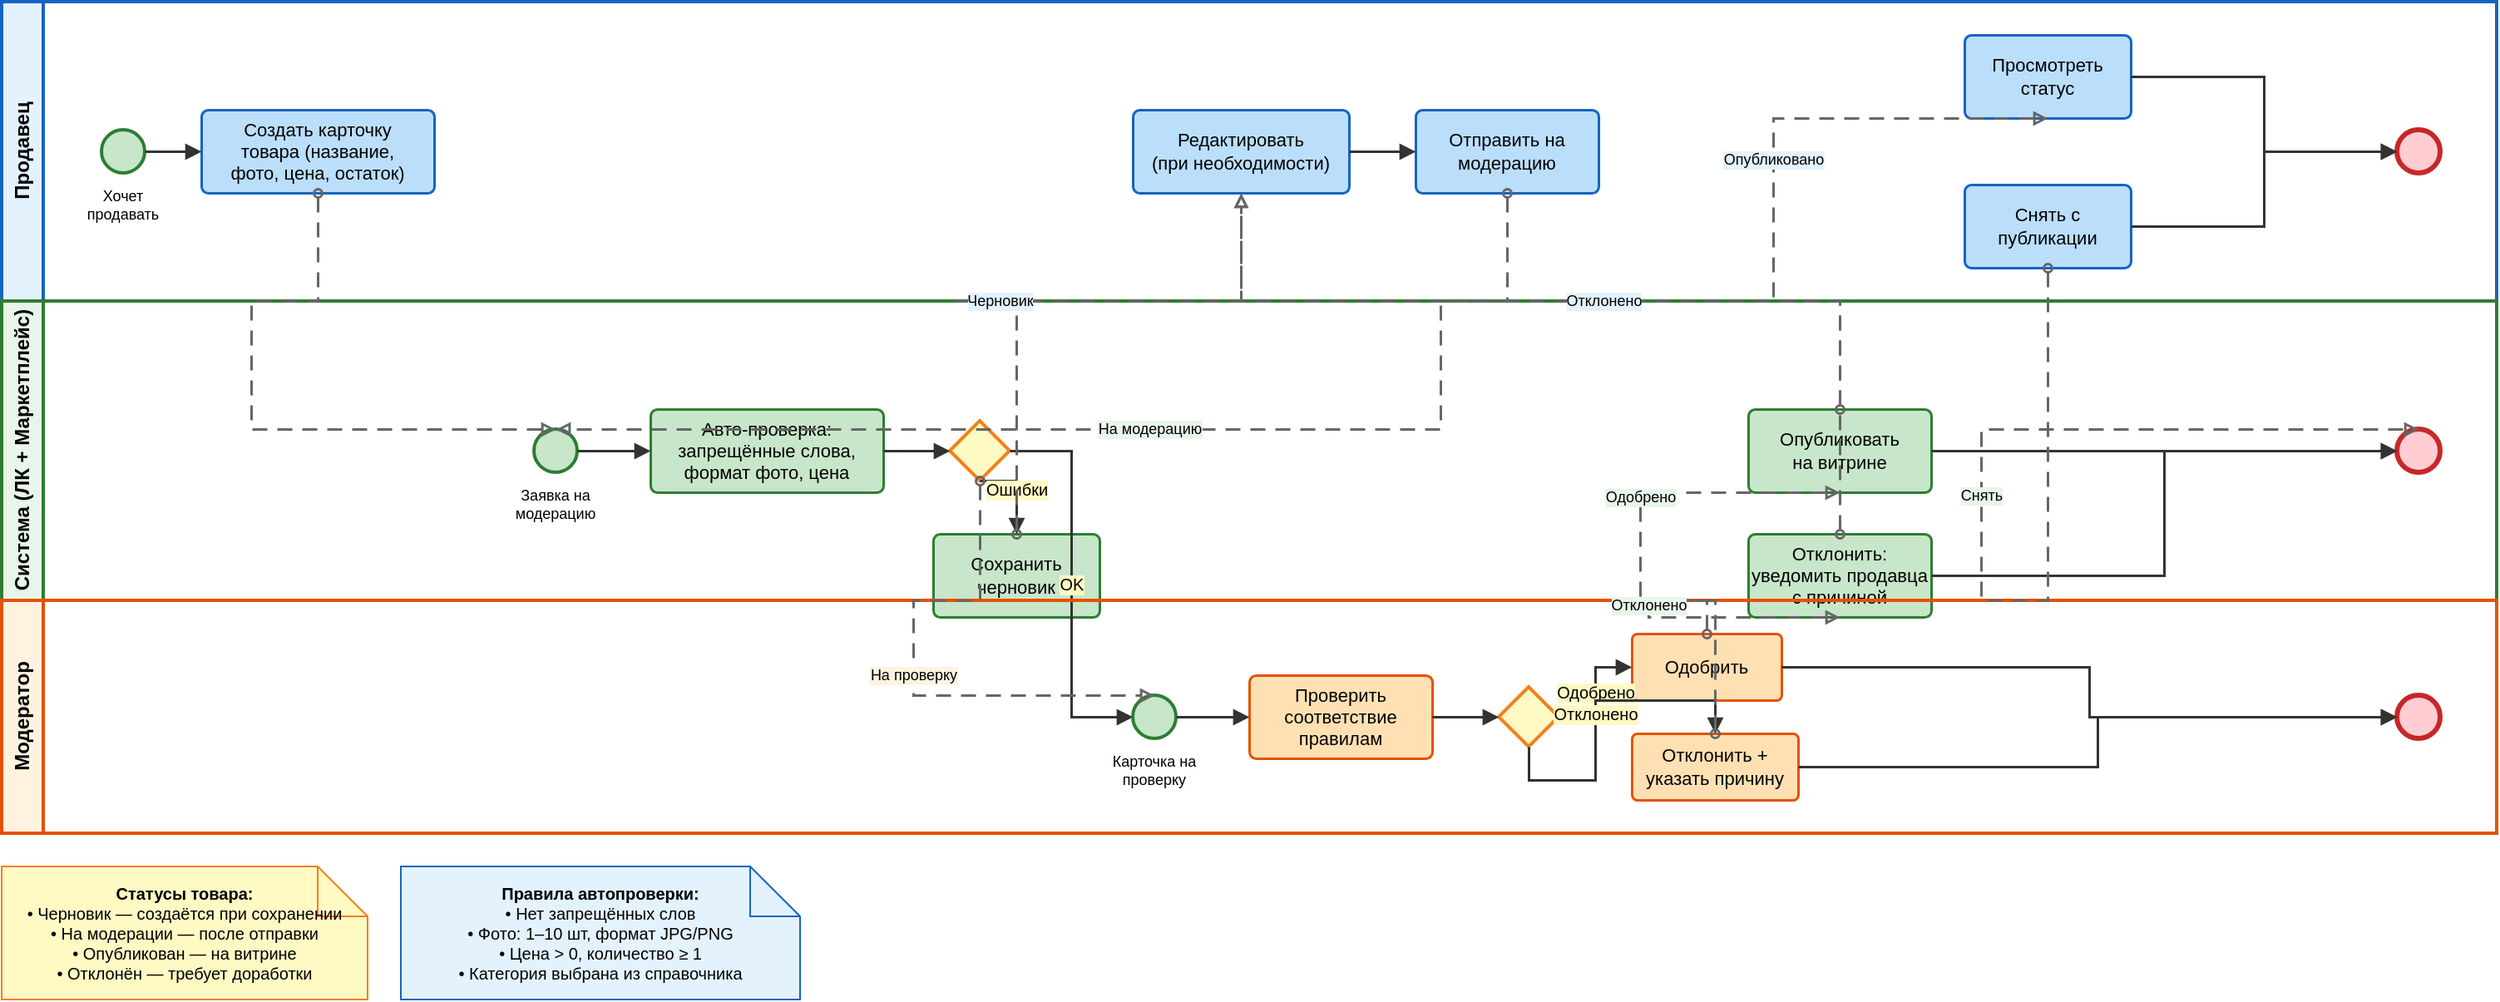
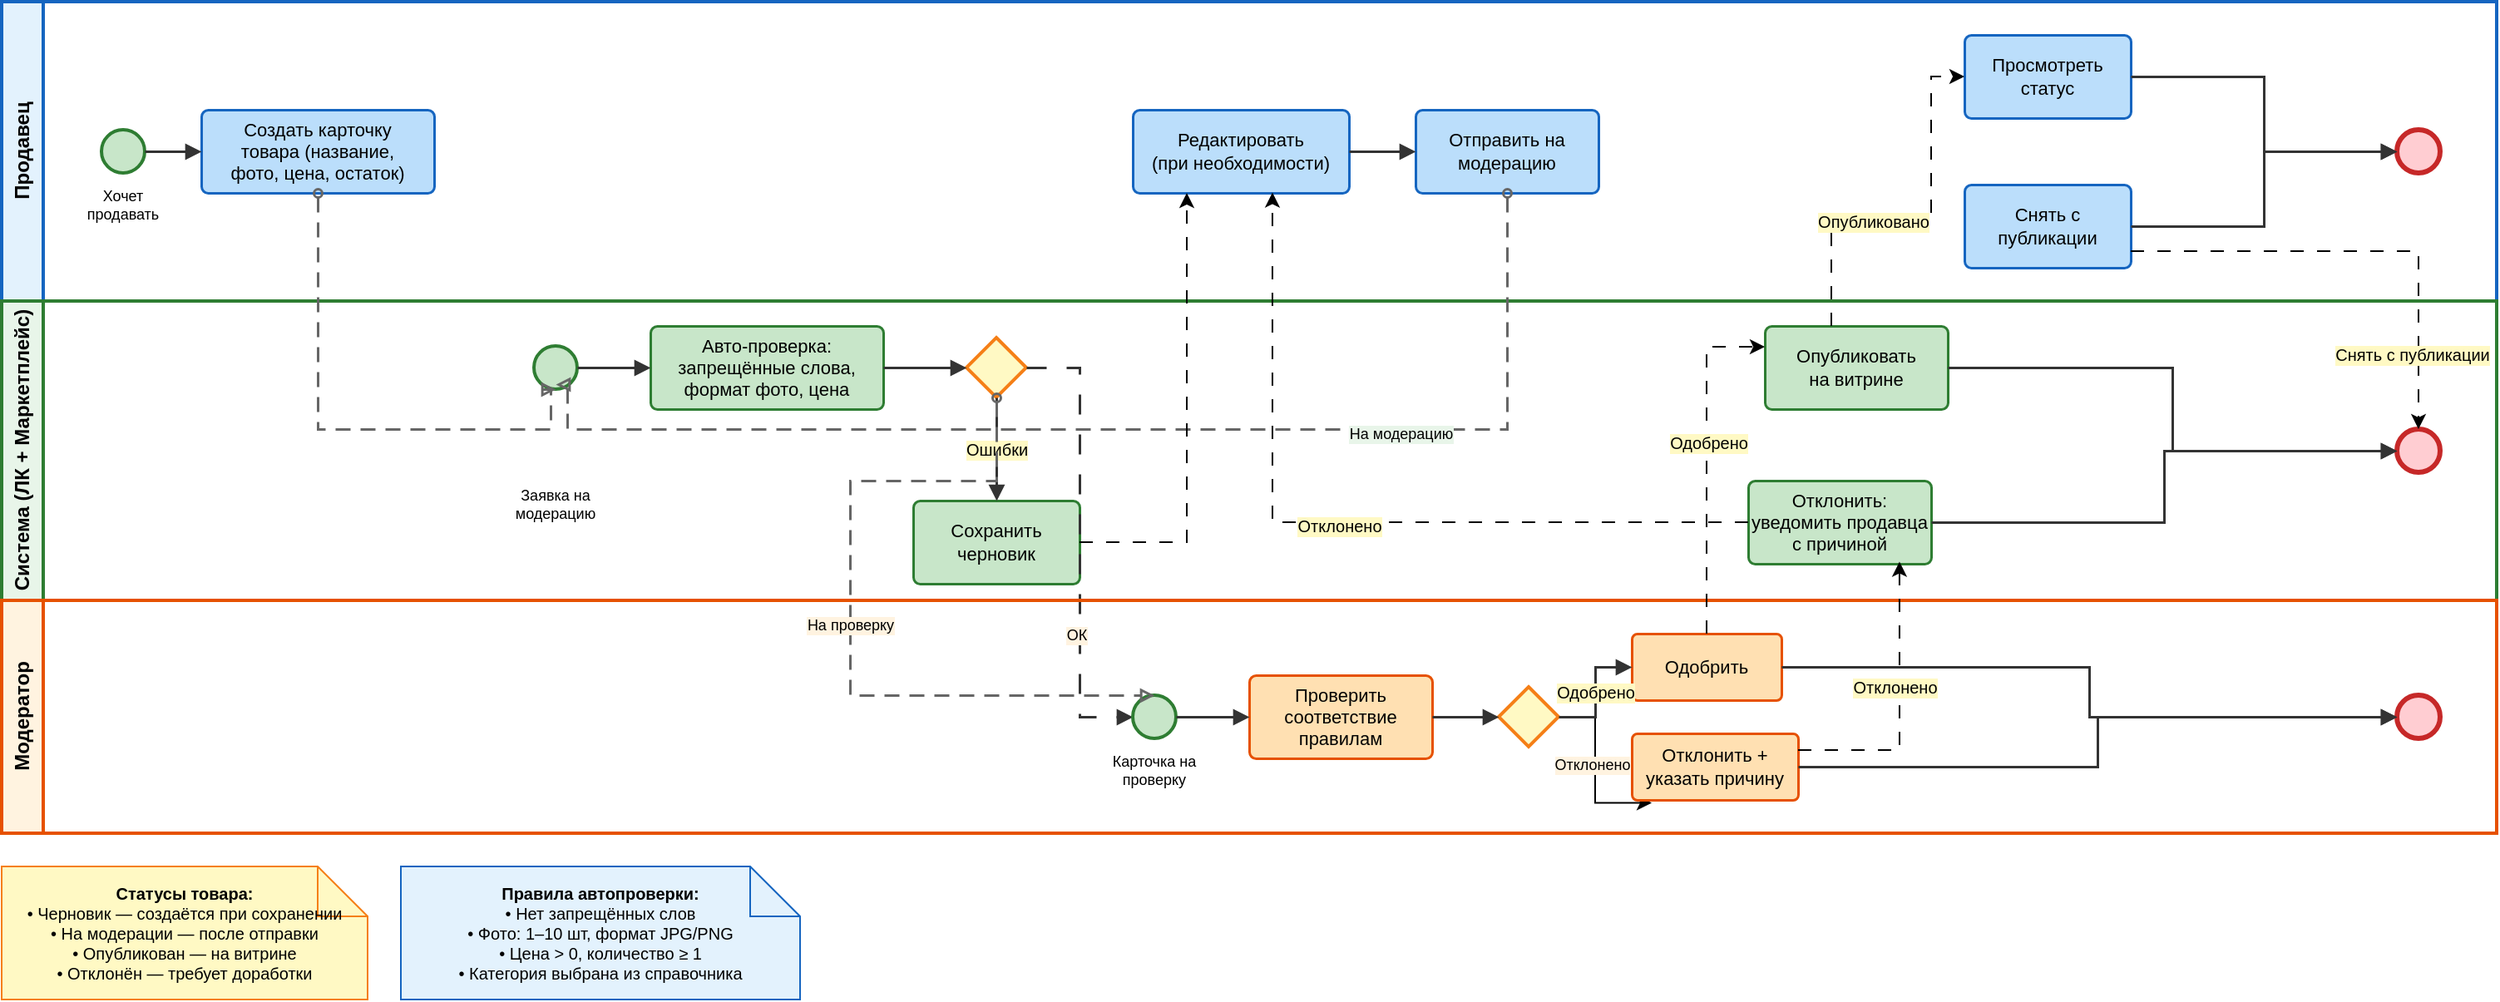
<mxfile host="app.diagrams.net" agent="Kimi">
  <diagram name="Публикация товара" id="product-publish-bpmn">
-     <mxGraphModel dx="1875" dy="711" grid="1" gridSize="10" guides="1" tooltips="1" connect="1" arrows="1" fold="1" page="1" pageScale="1" pageWidth="1700" pageHeight="900" math="0" shadow="0">
+     <mxGraphModel dx="1288" dy="711" grid="1" gridSize="10" guides="1" tooltips="1" connect="1" arrows="1" fold="1" page="1" pageScale="1" pageWidth="1700" pageHeight="900" math="0" shadow="0">
      <root>
        <mxCell id="0" />
        <mxCell id="1" parent="0" />
        <mxCell id="pool-seller" parent="1" style="swimlane;horizontal=0;startSize=25;swimlaneLine=1;collapsible=0;fontStyle=1;fillColor=#E3F2FD;strokeColor=#1565C0;strokeWidth=2;fontSize=12;whiteSpace=wrap;" value="Продавец" vertex="1">
          <mxGeometry height="180" width="1500" x="40" y="40" as="geometry" />
        </mxCell>
        <mxCell id="start-seller" parent="pool-seller" style="ellipse;whiteSpace=wrap;html=1;aspect=fixed;fillColor=#C8E6C9;strokeColor=#2E7D32;strokeWidth=2;" value="" vertex="1">
          <mxGeometry height="26" width="26" x="60" y="77" as="geometry" />
        </mxCell>
        <mxCell id="lbl-start-seller" parent="pool-seller" style="text;html=1;strokeColor=none;fillColor=none;align=center;verticalAlign=top;whiteSpace=wrap;rounded=0;fontSize=9;" value="Хочет&#xa;продавать" vertex="1">
          <mxGeometry height="28" width="60" x="43" y="105" as="geometry" />
        </mxCell>
        <mxCell id="task-create" parent="pool-seller" style="rounded=1;whiteSpace=wrap;html=1;arcSize=8;fillColor=#BBDEFB;strokeColor=#1565C0;strokeWidth=1.5;fontSize=11;" value="Создать карточку&#xa;товара (название,&#xa;фото, цена, остаток)" vertex="1">
          <mxGeometry height="50" width="140" x="120" y="65" as="geometry" />
        </mxCell>
        <mxCell id="task-edit" parent="pool-seller" style="rounded=1;whiteSpace=wrap;html=1;arcSize=8;fillColor=#BBDEFB;strokeColor=#1565C0;strokeWidth=1.5;fontSize=11;" value="Редактировать&#xa;(при необходимости)" vertex="1">
          <mxGeometry height="50" width="130" x="680" y="65" as="geometry" />
        </mxCell>
        <mxCell id="task-send" parent="pool-seller" style="rounded=1;whiteSpace=wrap;html=1;arcSize=8;fillColor=#BBDEFB;strokeColor=#1565C0;strokeWidth=1.5;fontSize=11;" value="Отправить на&#xa;модерацию" vertex="1">
          <mxGeometry height="50" width="110" x="850" y="65" as="geometry" />
        </mxCell>
        <mxCell id="task-view-status" parent="pool-seller" style="rounded=1;whiteSpace=wrap;html=1;arcSize=8;fillColor=#BBDEFB;strokeColor=#1565C0;strokeWidth=1.5;fontSize=11;" value="Просмотреть&#xa;статус" vertex="1">
          <mxGeometry height="50" width="100" x="1180" y="20" as="geometry" />
        </mxCell>
        <mxCell id="task-unpublish" parent="pool-seller" style="rounded=1;whiteSpace=wrap;html=1;arcSize=8;fillColor=#BBDEFB;strokeColor=#1565C0;strokeWidth=1.5;fontSize=11;" value="Снять с&#xa;публикации" vertex="1">
          <mxGeometry height="50" width="100" x="1180" y="110" as="geometry" />
        </mxCell>
        <mxCell id="end-seller" parent="pool-seller" style="ellipse;whiteSpace=wrap;html=1;aspect=fixed;fillColor=#FFCDD2;strokeColor=#C62828;strokeWidth=3;" value="" vertex="1">
          <mxGeometry height="26" width="26" x="1440" y="77" as="geometry" />
        </mxCell>
        <mxCell id="sf-s1" edge="1" parent="pool-seller" source="start-seller" style="edgeStyle=orthogonalEdgeStyle;rounded=0;orthogonalLoop=1;jettySize=auto;html=1;exitX=1;exitY=0.5;exitDx=0;exitDy=0;entryX=0;entryY=0.5;entryDx=0;entryDy=0;strokeColor=#333333;strokeWidth=1.5;endArrow=block;endFill=1;" target="task-create" value="">
          <mxGeometry relative="1" as="geometry" />
        </mxCell>
        <mxCell id="sf-s2" edge="1" parent="pool-seller" source="task-edit" style="edgeStyle=orthogonalEdgeStyle;rounded=0;orthogonalLoop=1;jettySize=auto;html=1;exitX=1;exitY=0.5;exitDx=0;exitDy=0;entryX=0;entryY=0.5;entryDx=0;entryDy=0;strokeColor=#333333;strokeWidth=1.5;endArrow=block;endFill=1;" target="task-send" value="">
          <mxGeometry relative="1" as="geometry" />
        </mxCell>
        <mxCell id="sf-s3" edge="1" parent="pool-seller" source="task-view-status" style="edgeStyle=orthogonalEdgeStyle;rounded=0;orthogonalLoop=1;jettySize=auto;html=1;exitX=1;exitY=0.5;exitDx=0;exitDy=0;entryX=0;entryY=0.5;entryDx=0;entryDy=0;strokeColor=#333333;strokeWidth=1.5;endArrow=block;endFill=1;" target="end-seller" value="">
          <mxGeometry relative="1" as="geometry" />
        </mxCell>
        <mxCell id="sf-s4" edge="1" parent="pool-seller" source="task-unpublish" style="edgeStyle=orthogonalEdgeStyle;rounded=0;orthogonalLoop=1;jettySize=auto;html=1;exitX=1;exitY=0.5;exitDx=0;exitDy=0;entryX=0;entryY=0.5;entryDx=0;entryDy=0;strokeColor=#333333;strokeWidth=1.5;endArrow=block;endFill=1;" target="end-seller" value="">
          <mxGeometry relative="1" as="geometry" />
        </mxCell>
        <mxCell id="pool-system" parent="1" style="swimlane;horizontal=0;startSize=25;swimlaneLine=1;collapsible=0;fontStyle=1;fillColor=#E8F5E9;strokeColor=#2E7D32;strokeWidth=2;fontSize=12;whiteSpace=wrap;" value="Система (ЛК + Маркетплейс)" vertex="1">
          <mxGeometry height="180" width="1500" x="40" y="220" as="geometry" />
        </mxCell>
        <mxCell id="start-system" parent="pool-system" style="ellipse;whiteSpace=wrap;html=1;aspect=fixed;fillColor=#C8E6C9;strokeColor=#2E7D32;strokeWidth=2;" value="" vertex="1">
-           <mxGeometry height="26" width="26" x="320" y="77" as="geometry" />
+           <mxGeometry height="26" width="26" x="320" y="27" as="geometry" />
        </mxCell>
        <mxCell id="lbl-start-system" parent="pool-system" style="text;html=1;strokeColor=none;fillColor=none;align=center;verticalAlign=top;whiteSpace=wrap;rounded=0;fontSize=9;" value="Заявка на&#xa;модерацию" vertex="1">
          <mxGeometry height="28" width="60" x="303" y="105" as="geometry" />
        </mxCell>
        <mxCell id="task-validate" parent="pool-system" style="rounded=1;whiteSpace=wrap;html=1;arcSize=8;fillColor=#C8E6C9;strokeColor=#2E7D32;strokeWidth=1.5;fontSize=11;" value="Авто-проверка:&#xa;запрещённые слова,&#xa;формат фото, цена" vertex="1">
-           <mxGeometry height="50" width="140" x="390" y="65" as="geometry" />
+           <mxGeometry height="50" width="140" x="390" y="15" as="geometry" />
        </mxCell>
        <mxCell id="gateway-auto" parent="pool-system" style="rhombus;whiteSpace=wrap;html=1;fillColor=#FFF9C4;strokeColor=#F57F17;strokeWidth=2;" value="" vertex="1">
-           <mxGeometry height="36" width="36" x="570" y="72" as="geometry" />
+           <mxGeometry height="36" width="36" x="580" y="22" as="geometry" />
        </mxCell>
        <mxCell id="task-save-draft" parent="pool-system" style="rounded=1;whiteSpace=wrap;html=1;arcSize=8;fillColor=#C8E6C9;strokeColor=#2E7D32;strokeWidth=1.5;fontSize=11;" value="Сохранить&#xa;черновик" vertex="1">
-           <mxGeometry height="50" width="100" x="560" y="140" as="geometry" />
+           <mxGeometry height="50" width="100" x="548" y="120" as="geometry" />
        </mxCell>
        <mxCell id="task-publish" parent="pool-system" style="rounded=1;whiteSpace=wrap;html=1;arcSize=8;fillColor=#C8E6C9;strokeColor=#2E7D32;strokeWidth=1.5;fontSize=11;" value="Опубликовать&#xa;на витрине" vertex="1">
-           <mxGeometry height="50" width="110" x="1050" y="65" as="geometry" />
+           <mxGeometry height="50" width="110" x="1060" y="15" as="geometry" />
        </mxCell>
        <mxCell id="task-reject-sys" parent="pool-system" style="rounded=1;whiteSpace=wrap;html=1;arcSize=8;fillColor=#C8E6C9;strokeColor=#2E7D32;strokeWidth=1.5;fontSize=11;" value="Отклонить:&#xa;уведомить продавца&#xa;с причиной" vertex="1">
-           <mxGeometry height="50" width="110" x="1050" y="140" as="geometry" />
+           <mxGeometry height="50" width="110" x="1050" y="108" as="geometry" />
        </mxCell>
        <mxCell id="end-system-ok" parent="pool-system" style="ellipse;whiteSpace=wrap;html=1;aspect=fixed;fillColor=#FFCDD2;strokeColor=#C62828;strokeWidth=3;" value="" vertex="1">
          <mxGeometry height="26" width="26" x="1440" y="77" as="geometry" />
        </mxCell>
        <mxCell id="sf-sys1" edge="1" parent="pool-system" source="start-system" style="edgeStyle=orthogonalEdgeStyle;rounded=0;orthogonalLoop=1;jettySize=auto;html=1;exitX=1;exitY=0.5;exitDx=0;exitDy=0;entryX=0;entryY=0.5;entryDx=0;entryDy=0;strokeColor=#333333;strokeWidth=1.5;endArrow=block;endFill=1;" target="task-validate" value="">
          <mxGeometry relative="1" as="geometry" />
        </mxCell>
        <mxCell id="sf-sys2" edge="1" parent="pool-system" source="task-validate" style="edgeStyle=orthogonalEdgeStyle;rounded=0;orthogonalLoop=1;jettySize=auto;html=1;exitX=1;exitY=0.5;exitDx=0;exitDy=0;entryX=0;entryY=0.5;entryDx=0;entryDy=0;strokeColor=#333333;strokeWidth=1.5;endArrow=block;endFill=1;" target="gateway-auto" value="">
          <mxGeometry relative="1" as="geometry" />
        </mxCell>
        <mxCell id="sf-sys3" edge="1" parent="pool-system" source="gateway-auto" style="edgeStyle=orthogonalEdgeStyle;rounded=0;orthogonalLoop=1;jettySize=auto;html=1;exitX=0.5;exitY=1;exitDx=0;exitDy=0;entryX=0.5;entryY=0;entryDx=0;entryDy=0;strokeColor=#333333;strokeWidth=1.5;endArrow=block;endFill=1;labelBackgroundColor=#FFF9C4;fontSize=10;" target="task-save-draft" value="Ошибки">
          <mxGeometry relative="1" as="geometry" />
        </mxCell>
-         <mxCell id="sf-sys4" edge="1" parent="pool-system" source="gateway-auto" style="edgeStyle=orthogonalEdgeStyle;rounded=0;orthogonalLoop=1;jettySize=auto;html=1;exitX=1;exitY=0.5;exitDx=0;exitDy=0;entryX=0;entryY=0.5;entryDx=0;entryDy=0;strokeColor=#333333;strokeWidth=1.5;endArrow=block;endFill=1;labelBackgroundColor=#FFF9C4;fontSize=10;" target="start-moderator" value="OK">
-           <mxGeometry relative="1" as="geometry" />
+         <mxCell id="sf-sys4" edge="1" parent="pool-system" source="gateway-auto" style="edgeStyle=orthogonalEdgeStyle;rounded=0;orthogonalLoop=1;jettySize=auto;html=1;exitX=1;exitY=0.5;exitDx=0;exitDy=0;entryX=0;entryY=0.5;entryDx=0;entryDy=0;strokeColor=#333333;strokeWidth=1.5;endArrow=block;endFill=1;labelBackgroundColor=#FFF9C4;fontSize=10;dashed=1;dashPattern=8 8;" target="start-moderator" value="">
+           <mxGeometry relative="1" as="geometry" />
+         </mxCell>
+         <mxCell id="LQupT064AYVrGXeOsNIc-1" connectable="0" parent="sf-sys4" style="edgeLabel;html=1;align=center;verticalAlign=middle;resizable=0;points=[];fontFamily=Helvetica;fontSize=9;fontColor=default;fontStyle=0;labelBackgroundColor=#FFF3E0;" value="ОК" vertex="1">
+           <mxGeometry relative="1" x="0.4081" y="-2" as="geometry">
+             <mxPoint as="offset" />
+           </mxGeometry>
        </mxCell>
        <mxCell id="sf-sys5" edge="1" parent="pool-system" source="task-publish" style="edgeStyle=orthogonalEdgeStyle;rounded=0;orthogonalLoop=1;jettySize=auto;html=1;exitX=1;exitY=0.5;exitDx=0;exitDy=0;entryX=0;entryY=0.5;entryDx=0;entryDy=0;strokeColor=#333333;strokeWidth=1.5;endArrow=block;endFill=1;" target="end-system-ok" value="">
          <mxGeometry relative="1" as="geometry" />
        </mxCell>
        <mxCell id="sf-sys6" edge="1" parent="pool-system" source="task-reject-sys" style="edgeStyle=orthogonalEdgeStyle;rounded=0;orthogonalLoop=1;jettySize=auto;html=1;exitX=1;exitY=0.5;exitDx=0;exitDy=0;entryX=0;entryY=0.5;entryDx=0;entryDy=0;strokeColor=#333333;strokeWidth=1.5;endArrow=block;endFill=1;" target="end-system-ok" value="">
          <mxGeometry relative="1" as="geometry" />
        </mxCell>
        <mxCell id="pool-moderator" parent="1" style="swimlane;horizontal=0;startSize=25;swimlaneLine=1;collapsible=0;fontStyle=1;fillColor=#FFF3E0;strokeColor=#E65100;strokeWidth=2;fontSize=12;whiteSpace=wrap;" value="Модератор" vertex="1">
          <mxGeometry height="140" width="1500" x="40" y="400" as="geometry" />
        </mxCell>
        <mxCell id="start-moderator" parent="pool-moderator" style="ellipse;whiteSpace=wrap;html=1;aspect=fixed;fillColor=#C8E6C9;strokeColor=#2E7D32;strokeWidth=2;" value="" vertex="1">
          <mxGeometry height="26" width="26" x="680" y="57" as="geometry" />
        </mxCell>
        <mxCell id="lbl-start-mod" parent="pool-moderator" style="text;html=1;strokeColor=none;fillColor=none;align=center;verticalAlign=top;whiteSpace=wrap;rounded=0;fontSize=9;" value="Карточка на&#xa;проверку" vertex="1">
          <mxGeometry height="28" width="60" x="663" y="85" as="geometry" />
        </mxCell>
        <mxCell id="task-check" parent="pool-moderator" style="rounded=1;whiteSpace=wrap;html=1;arcSize=8;fillColor=#FFE0B2;strokeColor=#E65100;strokeWidth=1.5;fontSize=11;" value="Проверить&#xa;соответствие&#xa;правилам" vertex="1">
          <mxGeometry height="50" width="110" x="750" y="45" as="geometry" />
        </mxCell>
+         <mxCell id="LQupT064AYVrGXeOsNIc-2" edge="1" parent="pool-moderator" source="gateway-mod" style="edgeStyle=orthogonalEdgeStyle;rounded=0;orthogonalLoop=1;jettySize=auto;html=1;entryX=0.12;entryY=1.044;entryDx=0;entryDy=0;entryPerimeter=0;" target="task-reject-mod">
+           <mxGeometry relative="1" as="geometry">
+             <mxPoint x="918" y="130" as="targetPoint" />
+           </mxGeometry>
+         </mxCell>
+         <mxCell id="LQupT064AYVrGXeOsNIc-4" connectable="0" parent="LQupT064AYVrGXeOsNIc-2" style="edgeLabel;html=1;align=center;verticalAlign=middle;resizable=0;points=[];fontFamily=Helvetica;fontSize=9;fontColor=default;fontStyle=0;labelBackgroundColor=#FFF3E0;" value="Отклонено" vertex="1">
+           <mxGeometry relative="1" x="-0.0534" y="-2" as="geometry">
+             <mxPoint as="offset" />
+           </mxGeometry>
+         </mxCell>
        <mxCell id="gateway-mod" parent="pool-moderator" style="rhombus;whiteSpace=wrap;html=1;fillColor=#FFF9C4;strokeColor=#F57F17;strokeWidth=2;" value="" vertex="1">
          <mxGeometry height="36" width="36" x="900" y="52" as="geometry" />
        </mxCell>
        <mxCell id="task-approve" parent="pool-moderator" style="rounded=1;whiteSpace=wrap;html=1;arcSize=8;fillColor=#FFE0B2;strokeColor=#E65100;strokeWidth=1.5;fontSize=11;" value="Одобрить" vertex="1">
          <mxGeometry height="40" width="90" x="980" y="20" as="geometry" />
        </mxCell>
        <mxCell id="task-reject-mod" parent="pool-moderator" style="rounded=1;whiteSpace=wrap;html=1;arcSize=8;fillColor=#FFE0B2;strokeColor=#E65100;strokeWidth=1.5;fontSize=11;" value="Отклонить +&#xa;указать причину" vertex="1">
          <mxGeometry height="40" width="100" x="980" y="80" as="geometry" />
        </mxCell>
        <mxCell id="end-mod" parent="pool-moderator" style="ellipse;whiteSpace=wrap;html=1;aspect=fixed;fillColor=#FFCDD2;strokeColor=#C62828;strokeWidth=3;" value="" vertex="1">
          <mxGeometry height="26" width="26" x="1440" y="57" as="geometry" />
        </mxCell>
        <mxCell id="sf-m1" edge="1" parent="pool-moderator" source="start-moderator" style="edgeStyle=orthogonalEdgeStyle;rounded=0;orthogonalLoop=1;jettySize=auto;html=1;exitX=1;exitY=0.5;exitDx=0;exitDy=0;entryX=0;entryY=0.5;entryDx=0;entryDy=0;strokeColor=#333333;strokeWidth=1.5;endArrow=block;endFill=1;" target="task-check" value="">
          <mxGeometry relative="1" as="geometry" />
        </mxCell>
        <mxCell id="sf-m2" edge="1" parent="pool-moderator" source="task-check" style="edgeStyle=orthogonalEdgeStyle;rounded=0;orthogonalLoop=1;jettySize=auto;html=1;exitX=1;exitY=0.5;exitDx=0;exitDy=0;entryX=0;entryY=0.5;entryDx=0;entryDy=0;strokeColor=#333333;strokeWidth=1.5;endArrow=block;endFill=1;" target="gateway-mod" value="">
          <mxGeometry relative="1" as="geometry" />
        </mxCell>
        <mxCell id="sf-m3" edge="1" parent="pool-moderator" source="gateway-mod" style="edgeStyle=orthogonalEdgeStyle;rounded=0;orthogonalLoop=1;jettySize=auto;html=1;exitX=1;exitY=0.5;exitDx=0;exitDy=0;entryX=0;entryY=0.5;entryDx=0;entryDy=0;strokeColor=#333333;strokeWidth=1.5;endArrow=block;endFill=1;labelBackgroundColor=#FFF9C4;fontSize=10;" target="task-approve" value="Одобрено">
-           <mxGeometry relative="1" as="geometry" />
-         </mxCell>
-         <mxCell id="sf-m4" edge="1" parent="pool-moderator" source="gateway-mod" style="edgeStyle=orthogonalEdgeStyle;rounded=0;orthogonalLoop=1;jettySize=auto;html=1;exitX=0.5;exitY=1;exitDx=0;exitDy=0;entryX=0.5;entryY=0;entryDx=0;entryDy=0;strokeColor=#333333;strokeWidth=1.5;endArrow=block;endFill=1;labelBackgroundColor=#FFF9C4;fontSize=10;" target="task-reject-mod" value="Отклонено">
-           <mxGeometry relative="1" as="geometry" />
+           <mxGeometry relative="1" x="0.0135" as="geometry">
+             <mxPoint as="offset" />
+           </mxGeometry>
        </mxCell>
        <mxCell id="sf-m5" edge="1" parent="pool-moderator" source="task-approve" style="edgeStyle=orthogonalEdgeStyle;rounded=0;orthogonalLoop=1;jettySize=auto;html=1;exitX=1;exitY=0.5;exitDx=0;exitDy=0;entryX=0;entryY=0.5;entryDx=0;entryDy=0;strokeColor=#333333;strokeWidth=1.5;endArrow=block;endFill=1;" target="end-mod" value="">
          <mxGeometry relative="1" as="geometry" />
        </mxCell>
        <mxCell id="sf-m6" edge="1" parent="pool-moderator" source="task-reject-mod" style="edgeStyle=orthogonalEdgeStyle;rounded=0;orthogonalLoop=1;jettySize=auto;html=1;exitX=1;exitY=0.5;exitDx=0;exitDy=0;entryX=0;entryY=0.5;entryDx=0;entryDy=0;strokeColor=#333333;strokeWidth=1.5;endArrow=block;endFill=1;" target="end-mod" value="">
          <mxGeometry relative="1" as="geometry" />
        </mxCell>
-         <mxCell id="mf1" edge="1" parent="1" source="task-create" style="edgeStyle=orthogonalEdgeStyle;rounded=0;orthogonalLoop=1;jettySize=auto;html=1;exitX=0.5;exitY=1;exitDx=0;exitDy=0;entryX=0.5;entryY=0;entryDx=0;entryDy=0;strokeColor=#666666;strokeWidth=1.5;dashed=1;dashPattern=6 4;startArrow=oval;startFill=0;startSize=5;endArrow=block;endFill=0;endSize=5;" target="start-system" value="">
-           <mxGeometry relative="1" as="geometry">
-             <Array as="points">
-               <mxPoint x="190" y="220" />
-             </Array>
-           </mxGeometry>
-         </mxCell>
-         <mxCell id="mf2" edge="1" parent="1" source="task-save-draft" style="edgeStyle=orthogonalEdgeStyle;rounded=0;orthogonalLoop=1;jettySize=auto;html=1;exitX=0.5;exitY=0;exitDx=0;exitDy=0;entryX=0.5;entryY=1;entryDx=0;entryDy=0;strokeColor=#666666;strokeWidth=1.5;dashed=1;dashPattern=6 4;startArrow=oval;startFill=0;startSize=5;endArrow=block;endFill=0;endSize=5;fontSize=9;labelBackgroundColor=#E3F2FD;" target="task-edit" value="Черновик">
-           <mxGeometry relative="1" as="geometry">
-             <Array as="points">
-               <mxPoint x="610" y="220" />
-               <mxPoint x="745" y="220" />
-             </Array>
-           </mxGeometry>
-         </mxCell>
-         <mxCell id="mf3" edge="1" parent="1" source="task-send" style="edgeStyle=orthogonalEdgeStyle;rounded=0;orthogonalLoop=1;jettySize=auto;html=1;exitX=0.5;exitY=1;exitDx=0;exitDy=0;entryX=0.5;entryY=0;entryDx=0;entryDy=0;strokeColor=#666666;strokeWidth=1.5;dashed=1;dashPattern=6 4;startArrow=oval;startFill=0;startSize=5;endArrow=block;endFill=0;endSize=5;fontSize=9;labelBackgroundColor=#E8F5E9;" target="start-system" value="На модерацию">
-           <mxGeometry relative="1" as="geometry">
-             <Array as="points">
-               <mxPoint x="905" y="220" />
-             </Array>
+         <mxCell id="mf1" edge="1" parent="1" source="task-create" style="edgeStyle=orthogonalEdgeStyle;rounded=0;orthogonalLoop=1;jettySize=auto;html=1;exitX=0.5;exitY=1;exitDx=0;exitDy=0;entryX=0.5;entryY=1;entryDx=0;entryDy=0;strokeColor=#666666;strokeWidth=1.5;dashed=1;dashPattern=6 4;startArrow=oval;startFill=0;startSize=5;endArrow=block;endFill=0;endSize=5;" target="start-system" value="">
+           <mxGeometry relative="1" as="geometry">
+             <Array as="points">
+               <mxPoint x="230" y="297" />
+               <mxPoint x="370" y="297" />
+               <mxPoint x="370" y="273" />
+             </Array>
+           </mxGeometry>
+         </mxCell>
+         <mxCell id="mf3" edge="1" parent="1" source="task-send" style="edgeStyle=orthogonalEdgeStyle;rounded=0;orthogonalLoop=1;jettySize=auto;html=1;exitX=0.5;exitY=1;exitDx=0;exitDy=0;strokeColor=#666666;strokeWidth=1.5;dashed=1;dashPattern=6 4;startArrow=oval;startFill=0;startSize=5;endArrow=block;endFill=0;endSize=5;fontSize=9;labelBackgroundColor=#E8F5E9;" value="На модерацию">
+           <mxGeometry relative="1" x="-0.4413" y="3" as="geometry">
+             <mxPoint x="1" as="offset" />
+             <Array as="points">
+               <mxPoint x="945" y="297" />
+               <mxPoint x="380" y="297" />
+               <mxPoint x="380" y="270" />
+             </Array>
+             <mxPoint x="373" y="270" as="targetPoint" />
          </mxGeometry>
        </mxCell>
        <mxCell id="mf4" edge="1" parent="1" source="gateway-auto" style="edgeStyle=orthogonalEdgeStyle;rounded=0;orthogonalLoop=1;jettySize=auto;html=1;exitX=0.5;exitY=1;exitDx=0;exitDy=0;entryX=0.5;entryY=0;entryDx=0;entryDy=0;strokeColor=#666666;strokeWidth=1.5;dashed=1;dashPattern=6 4;startArrow=oval;startFill=0;startSize=5;endArrow=block;endFill=0;endSize=5;fontSize=9;labelBackgroundColor=#FFF3E0;" target="start-moderator" value="На проверку">
          <mxGeometry relative="1" as="geometry">
            <Array as="points">
-               <mxPoint x="588" y="400" />
-             </Array>
-           </mxGeometry>
-         </mxCell>
-         <mxCell id="mf5" edge="1" parent="1" source="task-approve" style="edgeStyle=orthogonalEdgeStyle;rounded=0;orthogonalLoop=1;jettySize=auto;html=1;exitX=0.5;exitY=0;exitDx=0;exitDy=0;entryX=0.5;entryY=1;entryDx=0;entryDy=0;strokeColor=#666666;strokeWidth=1.5;dashed=1;dashPattern=6 4;startArrow=oval;startFill=0;startSize=5;endArrow=block;endFill=0;endSize=5;fontSize=9;labelBackgroundColor=#E8F5E9;" target="task-publish" value="Одобрено">
-           <mxGeometry relative="1" as="geometry">
-             <Array as="points">
-               <mxPoint x="1025" y="400" />
-             </Array>
-           </mxGeometry>
-         </mxCell>
-         <mxCell id="mf6" edge="1" parent="1" source="task-reject-mod" style="edgeStyle=orthogonalEdgeStyle;rounded=0;orthogonalLoop=1;jettySize=auto;html=1;exitX=0.5;exitY=0;exitDx=0;exitDy=0;entryX=0.5;entryY=1;entryDx=0;entryDy=0;strokeColor=#666666;strokeWidth=1.5;dashed=1;dashPattern=6 4;startArrow=oval;startFill=0;startSize=5;endArrow=block;endFill=0;endSize=5;fontSize=9;labelBackgroundColor=#E8F5E9;" target="task-reject-sys" value="Отклонено">
-           <mxGeometry relative="1" as="geometry">
-             <Array as="points">
-               <mxPoint x="1030" y="400" />
-             </Array>
-           </mxGeometry>
-         </mxCell>
-         <mxCell id="mf7" edge="1" parent="1" source="task-publish" style="edgeStyle=orthogonalEdgeStyle;rounded=0;orthogonalLoop=1;jettySize=auto;html=1;exitX=0.5;exitY=0;exitDx=0;exitDy=0;entryX=0.5;entryY=1;entryDx=0;entryDy=0;strokeColor=#666666;strokeWidth=1.5;dashed=1;dashPattern=6 4;startArrow=oval;startFill=0;startSize=5;endArrow=block;endFill=0;endSize=5;fontSize=9;labelBackgroundColor=#E3F2FD;" target="task-view-status" value="Опубликовано">
-           <mxGeometry relative="1" as="geometry">
-             <Array as="points">
-               <mxPoint x="1105" y="220" />
-             </Array>
-           </mxGeometry>
-         </mxCell>
-         <mxCell id="mf8" edge="1" parent="1" source="task-reject-sys" style="edgeStyle=orthogonalEdgeStyle;rounded=0;orthogonalLoop=1;jettySize=auto;html=1;exitX=0.5;exitY=0;exitDx=0;exitDy=0;entryX=0.5;entryY=1;entryDx=0;entryDy=0;strokeColor=#666666;strokeWidth=1.5;dashed=1;dashPattern=6 4;startArrow=oval;startFill=0;startSize=5;endArrow=block;endFill=0;endSize=5;fontSize=9;labelBackgroundColor=#E3F2FD;" target="task-edit" value="Отклонено">
-           <mxGeometry relative="1" as="geometry">
-             <Array as="points">
-               <mxPoint x="1105" y="220" />
-               <mxPoint x="745" y="220" />
-             </Array>
-           </mxGeometry>
-         </mxCell>
-         <mxCell id="mf9" edge="1" parent="1" source="task-unpublish" style="edgeStyle=orthogonalEdgeStyle;rounded=0;orthogonalLoop=1;jettySize=auto;html=1;exitX=0.5;exitY=1;exitDx=0;exitDy=0;entryX=0.5;entryY=0;entryDx=0;entryDy=0;strokeColor=#666666;strokeWidth=1.5;dashed=1;dashPattern=6 4;startArrow=oval;startFill=0;startSize=5;endArrow=block;endFill=0;endSize=5;fontSize=9;labelBackgroundColor=#E8F5E9;" target="end-system-ok" value="Снять">
-           <mxGeometry relative="1" as="geometry">
-             <Array as="points">
-               <mxPoint x="1230" y="400" />
+               <mxPoint x="638" y="328" />
+               <mxPoint x="550" y="328" />
+               <mxPoint x="550" y="457" />
            </Array>
          </mxGeometry>
        </mxCell>
        <mxCell id="note1" parent="1" style="shape=note;whiteSpace=wrap;html=1;backgroundOutline=1;fillColor=#FFF9C4;strokeColor=#F57F17;fontSize=10;" value="&lt;b&gt;Статусы товара:&lt;/b&gt;&lt;br&gt;• Черновик — создаётся при сохранении&lt;br&gt;• На модерации — после отправки&lt;br&gt;• Опубликован — на витрине&lt;br&gt;• Отклонён — требует доработки" vertex="1">
          <mxGeometry height="80" width="220" x="40" y="560" as="geometry" />
        </mxCell>
        <mxCell id="note2" parent="1" style="shape=note;whiteSpace=wrap;html=1;backgroundOutline=1;fillColor=#E3F2FD;strokeColor=#1565C0;fontSize=10;" value="&lt;b&gt;Правила автопроверки:&lt;/b&gt;&lt;br&gt;• Нет запрещённых слов&lt;br&gt;• Фото: 1–10 шт, формат JPG/PNG&lt;br&gt;• Цена &gt; 0, количество ≥ 1&lt;br&gt;• Категория выбрана из справочника" vertex="1">
          <mxGeometry height="80" width="240" x="280" y="560" as="geometry" />
+         </mxCell>
+         <mxCell id="LQupT064AYVrGXeOsNIc-5" edge="1" parent="1" source="task-approve" style="edgeStyle=orthogonalEdgeStyle;rounded=0;orthogonalLoop=1;jettySize=auto;html=1;entryX=0;entryY=0.25;entryDx=0;entryDy=0;dashed=1;dashPattern=8 8;" target="task-publish">
+           <mxGeometry relative="1" as="geometry">
+             <mxPoint x="1080" y="290" as="targetPoint" />
+           </mxGeometry>
+         </mxCell>
+         <mxCell id="LQupT064AYVrGXeOsNIc-6" connectable="0" parent="LQupT064AYVrGXeOsNIc-5" style="edgeLabel;html=1;align=center;verticalAlign=middle;resizable=0;points=[];fontFamily=Helvetica;fontSize=10;fontColor=default;fontStyle=0;labelBackgroundColor=#FFF9C4;" value="Одобрено" vertex="1">
+           <mxGeometry relative="1" x="0.1153" y="-1" as="geometry">
+             <mxPoint as="offset" />
+           </mxGeometry>
+         </mxCell>
+         <mxCell id="LQupT064AYVrGXeOsNIc-8" edge="1" parent="1" source="task-reject-mod" style="edgeStyle=orthogonalEdgeStyle;rounded=0;orthogonalLoop=1;jettySize=auto;html=1;exitX=1;exitY=0.25;exitDx=0;exitDy=0;entryX=0.827;entryY=0.975;entryDx=0;entryDy=0;entryPerimeter=0;dashed=1;dashPattern=8 8;" target="task-reject-sys">
+           <mxGeometry relative="1" as="geometry" />
+         </mxCell>
+         <mxCell id="LQupT064AYVrGXeOsNIc-9" connectable="0" parent="LQupT064AYVrGXeOsNIc-8" style="edgeLabel;html=1;align=center;verticalAlign=middle;resizable=0;points=[];fontFamily=Helvetica;fontSize=10;fontColor=default;fontStyle=0;labelBackgroundColor=#FFF9C4;" value="Отклонено" vertex="1">
+           <mxGeometry relative="1" x="0.1353" y="3" as="geometry">
+             <mxPoint as="offset" />
+           </mxGeometry>
+         </mxCell>
+         <mxCell id="LQupT064AYVrGXeOsNIc-10" edge="1" parent="1" source="task-unpublish" style="edgeStyle=orthogonalEdgeStyle;rounded=0;orthogonalLoop=1;jettySize=auto;html=1;entryX=0.5;entryY=0;entryDx=0;entryDy=0;dashed=1;dashPattern=8 8;" target="end-system-ok">
+           <mxGeometry relative="1" as="geometry">
+             <Array as="points">
+               <mxPoint x="1493" y="190" />
+             </Array>
+           </mxGeometry>
+         </mxCell>
+         <mxCell id="LQupT064AYVrGXeOsNIc-11" connectable="0" parent="LQupT064AYVrGXeOsNIc-10" style="edgeLabel;html=1;align=center;verticalAlign=middle;resizable=0;points=[];fontFamily=Helvetica;fontSize=10;fontColor=default;fontStyle=0;labelBackgroundColor=#FFF9C4;" value="Снять с публикации" vertex="1">
+           <mxGeometry relative="1" x="0.6746" y="-4" as="geometry">
+             <mxPoint as="offset" />
+           </mxGeometry>
+         </mxCell>
+         <mxCell id="LQupT064AYVrGXeOsNIc-14" edge="1" parent="1" source="task-publish" style="edgeStyle=orthogonalEdgeStyle;rounded=0;orthogonalLoop=1;jettySize=auto;html=1;entryX=0;entryY=0.5;entryDx=0;entryDy=0;dashed=1;dashPattern=8 8;" target="task-view-status">
+           <mxGeometry relative="1" as="geometry">
+             <Array as="points">
+               <mxPoint x="1140" y="172" />
+               <mxPoint x="1200" y="172" />
+               <mxPoint x="1200" y="85" />
+             </Array>
+             <mxPoint x="1210" y="80" as="targetPoint" />
+           </mxGeometry>
+         </mxCell>
+         <mxCell id="LQupT064AYVrGXeOsNIc-15" connectable="0" parent="LQupT064AYVrGXeOsNIc-14" style="edgeLabel;html=1;align=center;verticalAlign=middle;resizable=0;points=[];fontFamily=Helvetica;fontSize=10;fontColor=default;fontStyle=0;labelBackgroundColor=#FFF9C4;" value="Опубликовано" vertex="1">
+           <mxGeometry relative="1" x="-0.2413" as="geometry">
+             <mxPoint as="offset" />
+           </mxGeometry>
+         </mxCell>
+         <mxCell id="LQupT064AYVrGXeOsNIc-16" edge="1" parent="1" source="task-reject-sys" style="edgeStyle=orthogonalEdgeStyle;rounded=0;orthogonalLoop=1;jettySize=auto;html=1;entryX=0.646;entryY=0.995;entryDx=0;entryDy=0;entryPerimeter=0;dashed=1;dashPattern=8 8;" target="task-edit">
+           <mxGeometry relative="1" as="geometry" />
+         </mxCell>
+         <mxCell id="LQupT064AYVrGXeOsNIc-17" connectable="0" parent="LQupT064AYVrGXeOsNIc-16" style="edgeLabel;html=1;align=center;verticalAlign=middle;resizable=0;points=[];fontFamily=Helvetica;fontSize=10;fontColor=default;fontStyle=0;labelBackgroundColor=#FFF9C4;" value="Отклонено" vertex="1">
+           <mxGeometry relative="1" x="0.0201" y="2" as="geometry">
+             <mxPoint x="1" as="offset" />
+           </mxGeometry>
+         </mxCell>
+         <mxCell id="LQupT064AYVrGXeOsNIc-18" edge="1" parent="1" source="task-save-draft" style="edgeStyle=orthogonalEdgeStyle;rounded=0;orthogonalLoop=1;jettySize=auto;html=1;entryX=0.25;entryY=1;entryDx=0;entryDy=0;dashed=1;dashPattern=8 8;" target="task-edit">
+           <mxGeometry relative="1" as="geometry" />
        </mxCell>
      </root>
    </mxGraphModel>
  </diagram>
</mxfile>
